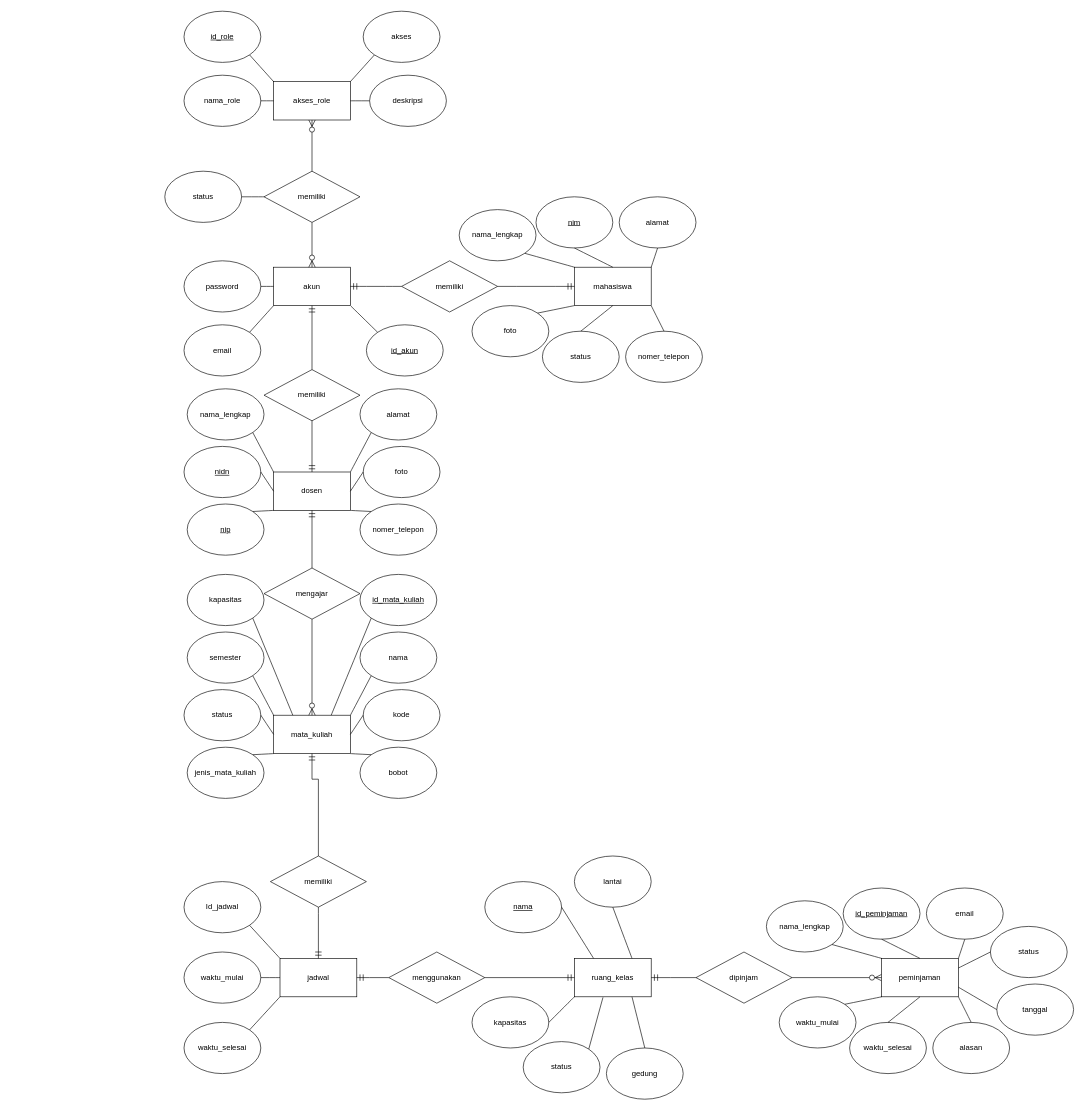
Cahayatirta/agama keeps this draw.io diagram as Untitled Diagram.drawio. Above is the earlier version. Source tidied: cells renumbered, new cells numbered last; positions are measured from the earlier drawing's top-left corner, leaving out a move shared by most shapes. Both pictures are drawn from the tidied source at 64%, with x=0, y=0 at pixel (164, 11).
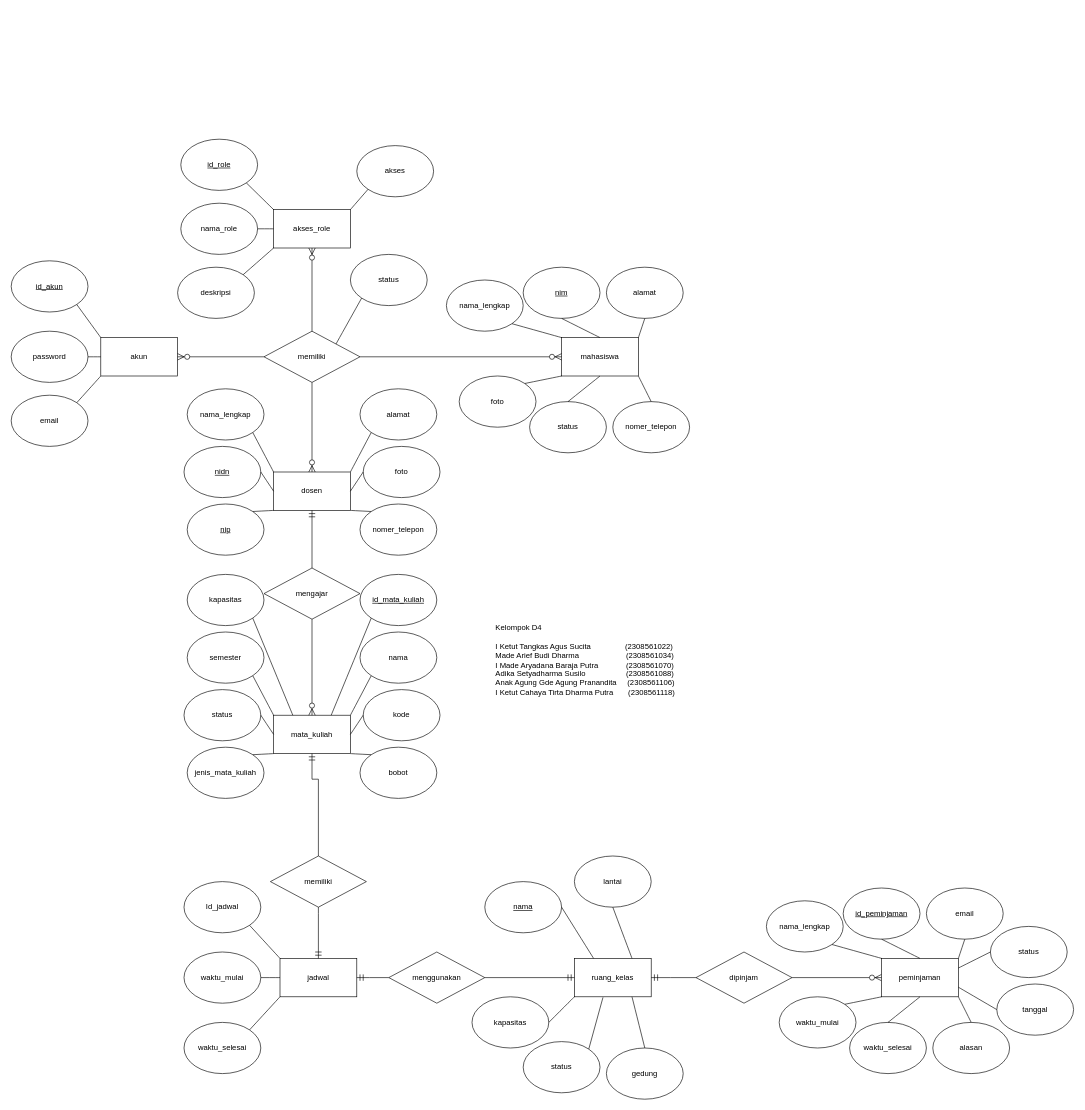
Above is the later version.

Unchanged cells that the change refers to:
```xml
<mxCell id="23" value="dosen" style="rounded=0;whiteSpace=wrap;html=1;" parent="1" vertex="1">
  <mxGeometry x="170" y="720" width="120" height="60" as="geometry" />
</mxCell>
<mxCell id="61" value="ruang_kelas" style="rounded=0;whiteSpace=wrap;html=1;" parent="1" vertex="1">
  <mxGeometry x="640" y="1480" width="120" height="60" as="geometry" />
</mxCell>
<mxCell id="85" value="dipinjam" style="rhombus;whiteSpace=wrap;html=1;" parent="1" vertex="1">
  <mxGeometry x="830" y="1470" width="150" height="80" as="geometry" />
</mxCell>
```

What changed in the source:
```diff
@@
     <mxCell id="2" value="akun" style="rounded=0;whiteSpace=wrap;html=1;" parent="1" vertex="1">
-      <mxGeometry x="170" y="400" width="120" height="60" as="geometry" />
+      <mxGeometry x="-100" y="510" width="120" height="60" as="geometry" />
     </mxCell>
     <mxCell id="3" value="email" style="ellipse;whiteSpace=wrap;html=1;" parent="1" vertex="1">
-      <mxGeometry x="30" y="490" width="120" height="80" as="geometry" />
+      <mxGeometry x="-240" y="600" width="120" height="80" as="geometry" />
     </mxCell>
     <mxCell id="4" value="password" style="ellipse;whiteSpace=wrap;html=1;" parent="1" vertex="1">
-      <mxGeometry x="30" y="390" width="120" height="80" as="geometry" />
+      <mxGeometry x="-240" y="500" width="120" height="80" as="geometry" />
     </mxCell>
@@
     <mxCell id="7" value="mahasiswa" style="rounded=0;whiteSpace=wrap;html=1;" parent="1" vertex="1">
-      <mxGeometry x="640" y="400" width="120" height="60" as="geometry" />
+      <mxGeometry x="620" y="510" width="120" height="60" as="geometry" />
     </mxCell>
     <mxCell id="8" value="&lt;u&gt;nim&lt;/u&gt;" style="ellipse;whiteSpace=wrap;html=1;" parent="1" vertex="1">
-      <mxGeometry x="580" y="290" width="120" height="80" as="geometry" />
+      <mxGeometry x="560" y="400" width="120" height="80" as="geometry" />
     </mxCell>
@@
     <mxCell id="10" value="nama_lengkap" style="ellipse;whiteSpace=wrap;html=1;" parent="1" vertex="1">
-      <mxGeometry x="460" y="310" width="120" height="80" as="geometry" />
+      <mxGeometry x="440" y="420" width="120" height="80" as="geometry" />
     </mxCell>
     <mxCell id="11" value="alamat" style="ellipse;whiteSpace=wrap;html=1;" parent="1" vertex="1">
-      <mxGeometry x="710" y="290" width="120" height="80" as="geometry" />
+      <mxGeometry x="690" y="400" width="120" height="80" as="geometry" />
     </mxCell>
     <mxCell id="12" value="nomer_telepon" style="ellipse;whiteSpace=wrap;html=1;" parent="1" vertex="1">
-      <mxGeometry x="720" y="500" width="120" height="80" as="geometry" />
+      <mxGeometry x="700" y="610" width="120" height="80" as="geometry" />
     </mxCell>
     <mxCell id="13" value="status" style="ellipse;whiteSpace=wrap;html=1;" parent="1" vertex="1">
-      <mxGeometry x="590" y="500" width="120" height="80" as="geometry" />
+      <mxGeometry x="570" y="610" width="120" height="80" as="geometry" />
     </mxCell>
     <mxCell id="14" value="&lt;u&gt;id_akun&lt;/u&gt;" style="ellipse;whiteSpace=wrap;html=1;" parent="1" vertex="1">
-      <mxGeometry x="315" y="490" width="120" height="80" as="geometry" />
+      <mxGeometry x="-240" y="390" width="120" height="80" as="geometry" />
     </mxCell>
-    <mxCell id="15" style="endArrow=none;html=1;rounded=0;fontSize=12;startSize=8;endSize=8;curved=1;entryX=0;entryY=0;entryDx=0;entryDy=0;exitX=1;exitY=1;exitDx=0;exitDy=0;" parent="1" edge="1" source="2" target="14">
+    <mxCell id="15" style="endArrow=none;html=1;rounded=0;fontSize=12;startSize=8;endSize=8;curved=1;entryX=1;entryY=1;entryDx=0;entryDy=0;exitX=0;exitY=0;exitDx=0;exitDy=0;" parent="1" edge="1" source="2" target="14">
       <mxGeometry relative="1" as="geometry" />
     </mxCell>
@@
-    <mxCell id="20" value="memiliki" style="rhombus;whiteSpace=wrap;html=1;" parent="1" vertex="1">
-      <mxGeometry x="370" y="390" width="150" height="80" as="geometry" />
-    </mxCell>
-    <mxCell id="21" style="edgeStyle=entityRelationEdgeStyle;fontSize=12;html=1;endArrow=ERmandOne;rounded=0;startSize=8;endSize=8;curved=1;entryX=1;entryY=0.5;entryDx=0;entryDy=0;exitX=0;exitY=0.5;exitDx=0;exitDy=0;" parent="1" edge="1" source="20" target="2">
-      <mxGeometry relative="1" as="geometry" />
-    </mxCell>
-    <mxCell id="22" style="edgeStyle=entityRelationEdgeStyle;fontSize=12;html=1;endArrow=ERmandOne;rounded=0;startSize=8;endSize=8;curved=1;entryX=0;entryY=0.5;entryDx=0;entryDy=0;exitX=1;exitY=0.5;exitDx=0;exitDy=0;" parent="1" edge="1" source="20" target="7">
-      <mxGeometry relative="1" as="geometry" />
-    </mxCell>
@@
     <mxCell id="32" value="memiliki" style="rhombus;whiteSpace=wrap;html=1;" parent="1" vertex="1">
-      <mxGeometry x="155" y="560" width="150" height="80" as="geometry" />
+      <mxGeometry x="155" y="500" width="150" height="80" as="geometry" />
     </mxCell>
-    <mxCell id="33" style="fontSize=12;html=1;endArrow=ERmandOne;rounded=0;startSize=8;endSize=8;entryX=0.5;entryY=0;entryDx=0;entryDy=0;" parent="1" edge="1" target="23">
-      <mxGeometry relative="1" as="geometry">
-        <mxPoint x="230" y="640" as="sourcePoint" />
-      </mxGeometry>
-    </mxCell>
-    <mxCell id="34" style="fontSize=12;html=1;endArrow=ERmandOne;rounded=0;startSize=8;endSize=8;entryX=0.5;entryY=1;entryDx=0;entryDy=0;exitX=0.5;exitY=0;exitDx=0;exitDy=0;" parent="1" edge="1" source="32" target="2">
-      <mxGeometry relative="1" as="geometry" />
-    </mxCell>
     <mxCell id="35" value="foto" style="ellipse;whiteSpace=wrap;html=1;" parent="1" vertex="1">
-      <mxGeometry x="480" y="460" width="120" height="80" as="geometry" />
+      <mxGeometry x="460" y="570" width="120" height="80" as="geometry" />
     </mxCell>
@@
+    <mxCell id="118" style="fontSize=12;html=1;endArrow=ERmandOne;rounded=0;startSize=8;endSize=8;edgeStyle=orthogonalEdgeStyle;entryX=1;entryY=0.5;entryDx=0;entryDy=0;exitX=0;exitY=0.5;exitDx=0;exitDy=0;" parent="1" edge="1" source="85" target="61">
+      <mxGeometry relative="1" as="geometry">
+        <Array as="points">
+          <mxPoint x="790" y="1510" />
+          <mxPoint x="790" y="1510" />
+        </Array>
+      </mxGeometry>
+    </mxCell>
     <mxCell id="104" value="akses_role" style="rounded=0;whiteSpace=wrap;html=1;" parent="1" vertex="1">
-      <mxGeometry x="170" y="110" width="120" height="60" as="geometry" />
+      <mxGeometry x="170" y="310" width="120" height="60" as="geometry" />
     </mxCell>
     <mxCell id="105" value="deskripsi" style="ellipse;whiteSpace=wrap;html=1;" parent="1" vertex="1">
-      <mxGeometry x="320" y="100" width="120" height="80" as="geometry" />
+      <mxGeometry x="20" y="400" width="120" height="80" as="geometry" />
     </mxCell>
     <mxCell id="106" value="nama_role" style="ellipse;whiteSpace=wrap;html=1;" parent="1" vertex="1">
-      <mxGeometry x="30" y="100" width="120" height="80" as="geometry" />
+      <mxGeometry x="25" y="300" width="120" height="80" as="geometry" />
     </mxCell>
-    <mxCell id="107" style="endArrow=none;html=1;rounded=0;fontSize=12;startSize=8;endSize=8;curved=1;entryX=0;entryY=0.5;entryDx=0;entryDy=0;" parent="1" edge="1" target="105">
-      <mxGeometry relative="1" as="geometry">
-        <mxPoint x="290" y="140" as="sourcePoint" />
-      </mxGeometry>
-    </mxCell>
+    <mxCell id="119" style="endArrow=none;html=1;rounded=0;fontSize=12;startSize=8;endSize=8;curved=1;entryX=1;entryY=0;entryDx=0;entryDy=0;exitX=0;exitY=1;exitDx=0;exitDy=0;" parent="1" edge="1" source="104" target="105">
+      <mxGeometry relative="1" as="geometry" />
+    </mxCell>
@@
     <mxCell id="109" value="&lt;u&gt;id_role&lt;/u&gt;" style="ellipse;whiteSpace=wrap;html=1;" parent="1" vertex="1">
-      <mxGeometry x="30" width="120" height="80" as="geometry" />
+      <mxGeometry x="25" y="200" width="120" height="80" as="geometry" />
     </mxCell>
@@
     <mxCell id="111" value="akses" style="ellipse;whiteSpace=wrap;html=1;" parent="1" vertex="1">
-      <mxGeometry x="310" width="120" height="80" as="geometry" />
+      <mxGeometry x="300" y="210" width="120" height="80" as="geometry" />
     </mxCell>
@@
-    <mxCell id="113" value="memiliki" style="rhombus;whiteSpace=wrap;html=1;" parent="1" vertex="1">
-      <mxGeometry x="155" y="250" width="150" height="80" as="geometry" />
-    </mxCell>
-    <mxCell id="114" style="fontSize=12;html=1;endArrow=ERzeroToMany;endFill=1;rounded=0;startSize=8;endSize=8;entryX=0.5;entryY=0;entryDx=0;entryDy=0;exitX=0.5;exitY=1;exitDx=0;exitDy=0;" parent="1" edge="1" source="113" target="2">
-      <mxGeometry relative="1" as="geometry" />
-    </mxCell>
-    <mxCell id="115" style="fontSize=12;html=1;endArrow=ERzeroToMany;endFill=1;rounded=0;startSize=8;endSize=8;entryX=0.5;entryY=1;entryDx=0;entryDy=0;exitX=0.5;exitY=0;exitDx=0;exitDy=0;" parent="1" edge="1" source="113" target="104">
-      <mxGeometry relative="1" as="geometry" />
-    </mxCell>
+    <mxCell id="34" style="fontSize=12;html=1;endArrow=ERzeroToMany;endFill=1;rounded=0;startSize=8;endSize=8;entryX=1;entryY=0.5;entryDx=0;entryDy=0;exitX=0;exitY=0.5;exitDx=0;exitDy=0;" parent="1" edge="1" source="32" target="2">
+      <mxGeometry relative="1" as="geometry" />
+    </mxCell>
+    <mxCell id="120" style="fontSize=12;html=1;endArrow=ERzeroToMany;endFill=1;rounded=0;startSize=8;endSize=8;entryX=0.5;entryY=1;entryDx=0;entryDy=0;exitX=0.5;exitY=0;exitDx=0;exitDy=0;" parent="1" edge="1" source="32" target="104">
+      <mxGeometry relative="1" as="geometry" />
+    </mxCell>
+    <mxCell id="121" style="fontSize=12;html=1;endArrow=ERzeroToMany;endFill=1;rounded=0;startSize=8;endSize=8;entryX=0.5;entryY=0;entryDx=0;entryDy=0;exitX=0.5;exitY=1;exitDx=0;exitDy=0;" parent="1" edge="1" source="32" target="23">
+      <mxGeometry relative="1" as="geometry" />
+    </mxCell>
     <mxCell id="116" value="status" style="ellipse;whiteSpace=wrap;html=1;" parent="1" vertex="1">
-      <mxGeometry y="250" width="120" height="80" as="geometry" />
+      <mxGeometry x="290" y="380" width="120" height="80" as="geometry" />
     </mxCell>
-    <mxCell id="117" style="endArrow=none;html=1;rounded=0;fontSize=12;startSize=8;endSize=8;curved=1;entryX=1;entryY=0.5;entryDx=0;entryDy=0;exitX=0;exitY=0.5;exitDx=0;exitDy=0;" parent="1" edge="1" source="113" target="116">
-      <mxGeometry relative="1" as="geometry" />
-    </mxCell>
-    <mxCell id="118" style="fontSize=12;html=1;endArrow=ERmandOne;rounded=0;startSize=8;endSize=8;edgeStyle=orthogonalEdgeStyle;entryX=1;entryY=0.5;entryDx=0;entryDy=0;exitX=0;exitY=0.5;exitDx=0;exitDy=0;" parent="1" edge="1" source="85" target="61">
-      <mxGeometry relative="1" as="geometry">
-        <Array as="points">
-          <mxPoint x="790" y="1510" />
-          <mxPoint x="790" y="1510" />
-        </Array>
-      </mxGeometry>
-    </mxCell>
+    <mxCell id="122" style="endArrow=none;html=1;rounded=0;fontSize=12;startSize=8;endSize=8;curved=1;entryX=0;entryY=1;entryDx=0;entryDy=0;exitX=1;exitY=0;exitDx=0;exitDy=0;" parent="1" edge="1" source="32" target="116">
+      <mxGeometry relative="1" as="geometry" />
+    </mxCell>
+    <mxCell id="123" style="fontSize=12;html=1;endArrow=ERzeroToMany;endFill=1;rounded=0;startSize=8;endSize=8;entryX=0;entryY=0.5;entryDx=0;entryDy=0;exitX=1;exitY=0.5;exitDx=0;exitDy=0;" parent="1" edge="1" source="32" target="7">
+      <mxGeometry relative="1" as="geometry" />
+    </mxCell>
+    <mxCell id="124" value="Kelompok D4&#10;&#10;I Ketut Tangkas Agus Sucita                (2308561022)&#10;Made Arief Budi Dharma                      (2308561034)&#10;I Made Aryadana Baraja Putra             (2308561070)&#10;Adika Setyadharma Susilo                   (2308561088)&#10;Anak Agung Gde Agung Pranandita     (2308561106)&#10;I Ketut Cahaya Tirta Dharma Putra       (2308561118)" style="text;whiteSpace=wrap;" parent="1" vertex="1">
+      <mxGeometry x="515" y="950" width="330" height="130" as="geometry" />
+    </mxCell>
```
